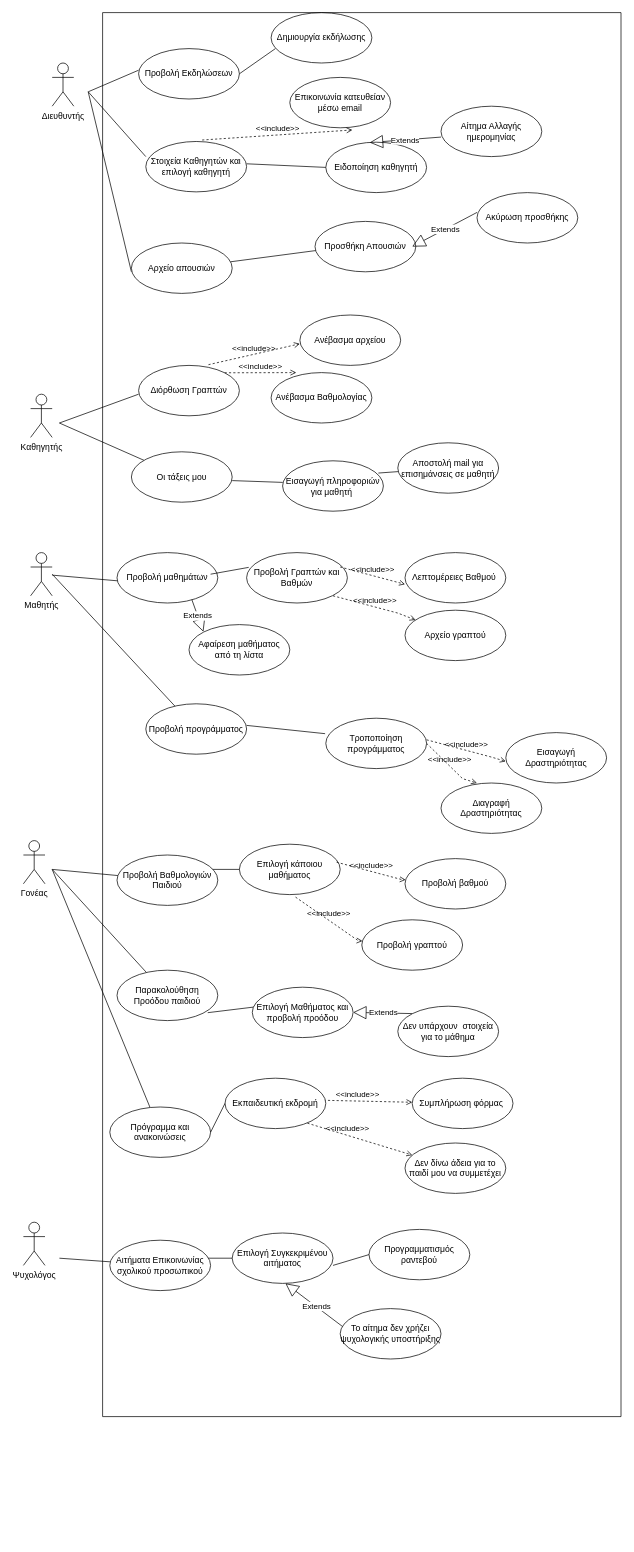
Earlier version of the draw.io diagram Παραδοτέο2/UseCaseDiagram2.drawio (m1kemp/School-Hero). Source tidied: cells renumbered, new cells numbered last; positions are measured from the earlier drawing's top-left corner, leaving out a move shared by most shapes. Both pictures are drawn from the tidied source at 72%, with x=0, y=0 at pixel (23, 12).
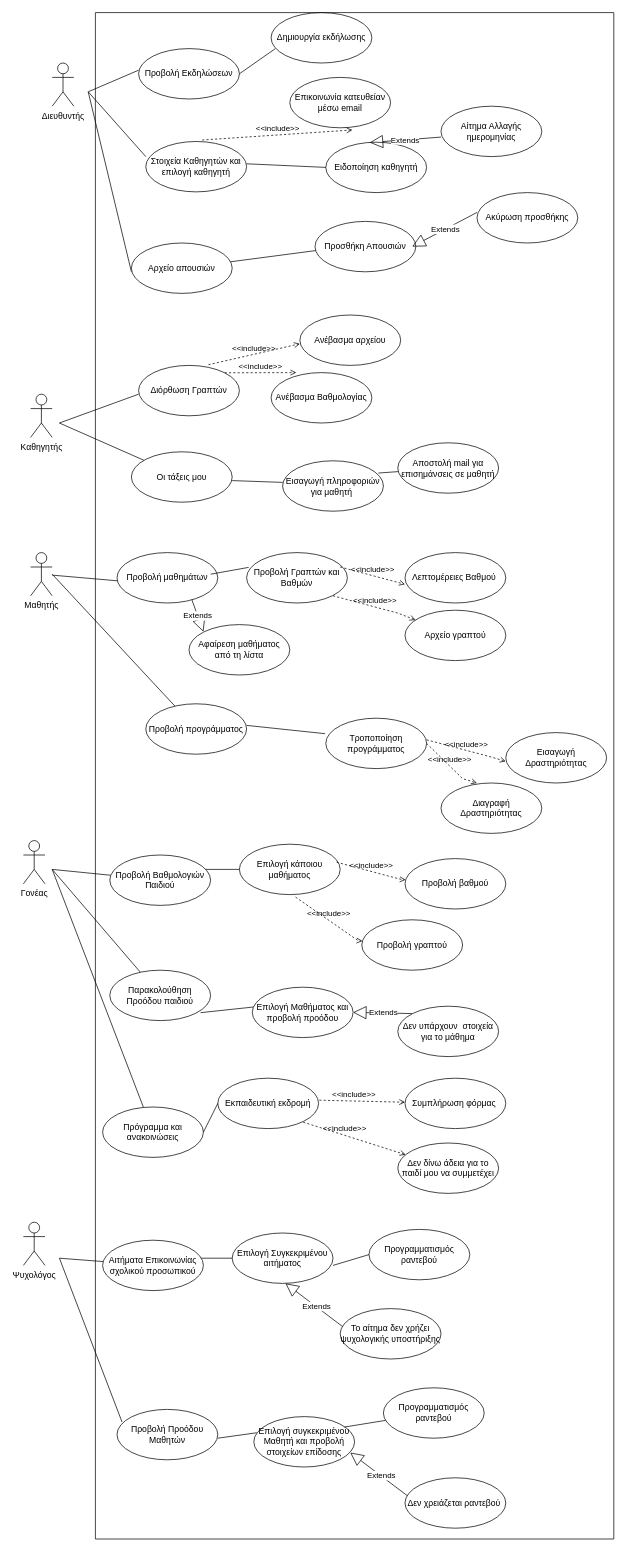
After the change.

What changed in the source:
```diff
@@
     <mxCell id="78" style="swimlane;startSize=0;" parent="1" vertex="1">
-      <mxGeometry x="110" width="720" height="1950" as="geometry" />
+      <mxGeometry x="100" width="720" height="2120" as="geometry" />
     </mxCell>
@@
+    <mxCell id="87" value="Προβολή Προόδου Μαθητών" style="ellipse;whiteSpace=wrap;html=1;" parent="78" vertex="1">
+      <mxGeometry x="30" y="1940" width="140" height="70" as="geometry" />
+    </mxCell>
+    <mxCell id="88" style="endArrow=none;html=1;rounded=0;entryX=0.029;entryY=0.321;entryDx=0;entryDy=0;entryPerimeter=0;" parent="78" edge="1" target="89">
+      <mxGeometry relative="1" as="geometry">
+        <mxPoint x="170" y="1980" as="sourcePoint" />
+      </mxGeometry>
+    </mxCell>
+    <mxCell id="89" value="Επιλογή συγκεκριμένου Μαθητή και προβολή στοιχείων επίδοσης" style="ellipse;whiteSpace=wrap;html=1;" parent="78" vertex="1">
+      <mxGeometry x="220" y="1950" width="140" height="70" as="geometry" />
+    </mxCell>
+    <mxCell id="90" value="Προγραμματισμός ραντεβού" style="ellipse;whiteSpace=wrap;html=1;" parent="78" vertex="1">
+      <mxGeometry x="400" y="1910" width="140" height="70" as="geometry" />
+    </mxCell>
+    <mxCell id="91" style="endArrow=none;html=1;rounded=0;exitX=0.9;exitY=0.207;exitDx=0;exitDy=0;exitPerimeter=0;" parent="78" edge="1" source="89" target="90">
+      <mxGeometry relative="1" as="geometry" />
+    </mxCell>
+    <mxCell id="92" value="Extends" style="endArrow=block;endSize=16;endFill=0;html=1;rounded=0;" parent="78" edge="1">
+      <mxGeometry relative="1" as="geometry">
+        <mxPoint x="440" y="2065" as="sourcePoint" />
+        <mxPoint x="354" y="2000" as="targetPoint" />
+      </mxGeometry>
+    </mxCell>
+    <mxCell id="93" value="Δεν χρειάζεται ραντεβού&amp;nbsp;" style="ellipse;whiteSpace=wrap;html=1;" parent="78" vertex="1">
+      <mxGeometry x="430" y="2035" width="140" height="70" as="geometry" />
+    </mxCell>
+    <mxCell id="94" style="endArrow=none;html=1;rounded=0;entryX=0.05;entryY=0.25;entryDx=0;entryDy=0;entryPerimeter=0;" parent="1" edge="1" target="87">
+      <mxGeometry relative="1" as="geometry">
+        <mxPoint x="50" y="1730" as="sourcePoint" />
+      </mxGeometry>
+    </mxCell>
```
